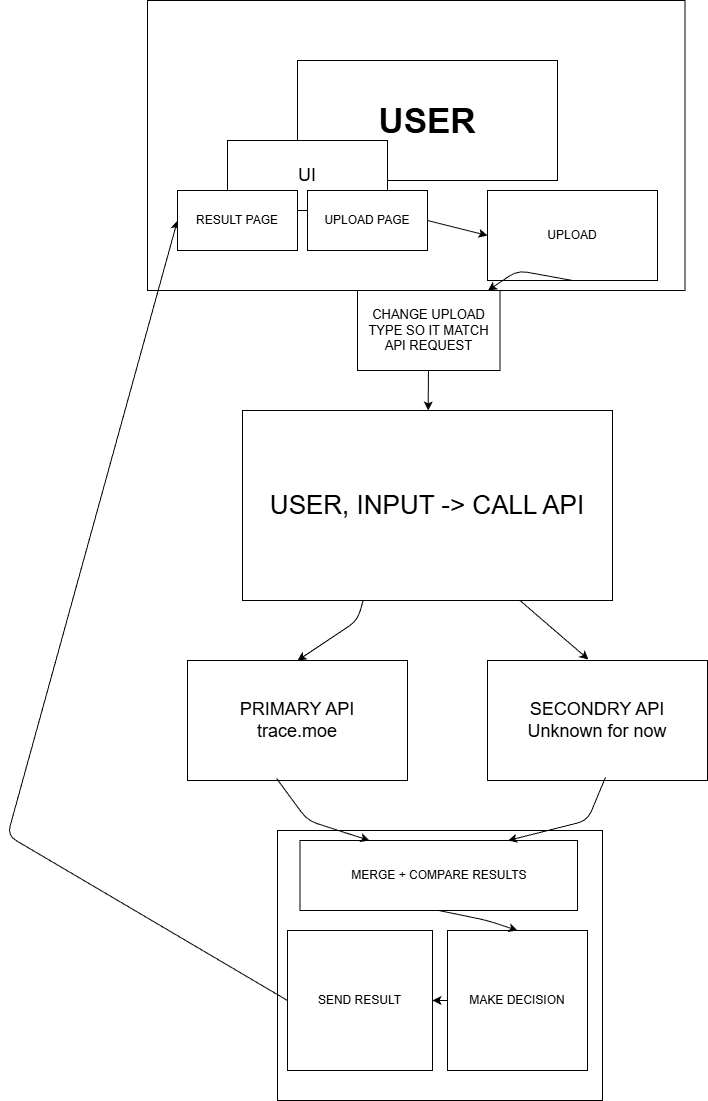
Before: archi.drawio.png, a diagram exported from draw.io (111yoav111/AnimeRS). Source tidied: cells renumbered, new cells last; positions are measured from the earlier drawing's top-left corner, leaving out a move shared by most shapes. Its diagram source:
```xml
<mxGraphModel>
  <root>
    <mxCell id="0" />
    <mxCell id="1" parent="0" />
    <mxCell id="2" value="&lt;b&gt;&lt;font style=&quot;font-size: 35px;&quot;&gt;USER&lt;/font&gt;&lt;/b&gt;" style="rounded=0;whiteSpace=wrap;html=1;" parent="1" vertex="1">
      <mxGeometry x="290" y="60" width="260" height="120" as="geometry" />
    </mxCell>
    <mxCell id="3" style="rounded=0;whiteSpace=wrap;html=1;fillColor=none;" parent="1" vertex="1">
      <mxGeometry x="140" width="537.5" height="290" as="geometry" />
    </mxCell>
    <mxCell id="4" value="&lt;font style=&quot;font-size: 18px;&quot;&gt;UI&lt;/font&gt;" style="rounded=0;whiteSpace=wrap;html=1;" parent="1" vertex="1">
      <mxGeometry x="220" y="140" width="160" height="70" as="geometry" />
    </mxCell>
    <mxCell id="5" value="&lt;font style=&quot;font-size: 26px;&quot;&gt;USER, INPUT -&amp;gt; CALL API&lt;/font&gt;" style="rounded=0;whiteSpace=wrap;html=1;" parent="1" vertex="1">
      <mxGeometry x="235" y="410" width="370" height="190" as="geometry" />
    </mxCell>
    <mxCell id="6" value="MERGE + COMPARE RESULTS" style="rounded=0;whiteSpace=wrap;html=1;" parent="1" vertex="1">
      <mxGeometry x="292.5" y="840" width="277.5" height="70" as="geometry" />
    </mxCell>
    <mxCell id="7" value="UPLOAD" style="rounded=0;whiteSpace=wrap;html=1;" parent="1" vertex="1">
      <mxGeometry x="480" y="190" width="170" height="90" as="geometry" />
    </mxCell>
    <mxCell id="8" style="endArrow=classic;html=1;exitX=0.326;exitY=1;exitDx=0;exitDy=0;exitPerimeter=0;entryX=0.5;entryY=0;entryDx=0;entryDy=0;" parent="1" edge="1" source="5" target="10">
      <mxGeometry relative="1" as="geometry">
        <Array as="points">
          <mxPoint x="350" y="620" />
        </Array>
      </mxGeometry>
    </mxCell>
    <mxCell id="9" style="endArrow=classic;html=1;exitX=0.75;exitY=1;exitDx=0;exitDy=0;entryX=0.459;entryY=-0.008;entryDx=0;entryDy=0;entryPerimeter=0;" parent="1" edge="1" source="5" target="11">
      <mxGeometry relative="1" as="geometry">
        <Array as="points">
          <mxPoint x="524" y="610" />
        </Array>
      </mxGeometry>
    </mxCell>
    <mxCell id="10" value="&lt;font style=&quot;font-size: 18px;&quot;&gt;PRIMARY API&lt;br&gt;trace.moe&lt;/font&gt;" style="rounded=0;whiteSpace=wrap;html=1;" parent="1" vertex="1">
      <mxGeometry x="180" y="660" width="220" height="120" as="geometry" />
    </mxCell>
    <mxCell id="11" value="&lt;font style=&quot;font-size: 18px;&quot;&gt;SECONDRY API&lt;br&gt;Unknown for now&lt;/font&gt;" style="rounded=0;whiteSpace=wrap;html=1;" parent="1" vertex="1">
      <mxGeometry x="480" y="660" width="220" height="120" as="geometry" />
    </mxCell>
    <mxCell id="12" style="endArrow=classic;html=1;entryX=0.25;entryY=0;entryDx=0;entryDy=0;exitX=0.405;exitY=0.983;exitDx=0;exitDy=0;exitPerimeter=0;" parent="1" edge="1" source="10" target="6">
      <mxGeometry relative="1" as="geometry">
        <Array as="points">
          <mxPoint x="300" y="820" />
        </Array>
      </mxGeometry>
    </mxCell>
    <mxCell id="13" style="endArrow=classic;html=1;entryX=0.75;entryY=0;entryDx=0;entryDy=0;exitX=0.536;exitY=0.975;exitDx=0;exitDy=0;exitPerimeter=0;" parent="1" edge="1" source="11" target="6">
      <mxGeometry relative="1" as="geometry">
        <Array as="points">
          <mxPoint x="580" y="820" />
        </Array>
      </mxGeometry>
    </mxCell>
    <mxCell id="14" style="rounded=0;whiteSpace=wrap;html=1;fillColor=none;" parent="1" vertex="1">
      <mxGeometry x="270" y="830" width="325" height="270" as="geometry" />
    </mxCell>
    <mxCell id="15" value="MAKE&amp;nbsp;DECISION" style="rounded=0;whiteSpace=wrap;html=1;" parent="1" vertex="1">
      <mxGeometry x="440" y="930" width="140" height="140" as="geometry" />
    </mxCell>
    <mxCell id="16" style="endArrow=classic;html=1;entryX=0.5;entryY=0;entryDx=0;entryDy=0;exitX=0.5;exitY=1;exitDx=0;exitDy=0;" parent="1" edge="1" source="6" target="15">
      <mxGeometry relative="1" as="geometry">
        <Array as="points">
          <mxPoint x="480" y="920" />
        </Array>
      </mxGeometry>
    </mxCell>
    <mxCell id="17" value="SEND RESULT" style="rounded=0;whiteSpace=wrap;html=1;" parent="1" vertex="1">
      <mxGeometry x="280" y="930" width="145" height="140" as="geometry" />
    </mxCell>
    <mxCell id="18" style="endArrow=classic;html=1;entryX=1;entryY=0.5;entryDx=0;entryDy=0;exitX=0;exitY=0.5;exitDx=0;exitDy=0;" parent="1" edge="1" source="15" target="17">
      <mxGeometry relative="1" as="geometry" />
    </mxCell>
    <mxCell id="19" style="endArrow=classic;html=1;exitX=0.5;exitY=1;exitDx=0;exitDy=0;" parent="1" edge="1" source="7" target="21">
      <mxGeometry relative="1" as="geometry">
        <Array as="points">
          <mxPoint x="510" y="270" />
        </Array>
      </mxGeometry>
    </mxCell>
    <mxCell id="20" style="edgeStyle=none;html=1;" parent="1" edge="1" source="21" target="5">
      <mxGeometry relative="1" as="geometry" />
    </mxCell>
    <mxCell id="21" value="&lt;font style=&quot;font-size: 13px;&quot;&gt;CHANGE UPLOAD TYPE SO IT MATCH API REQUEST&lt;/font&gt;" style="rounded=0;whiteSpace=wrap;html=1;" parent="1" vertex="1">
      <mxGeometry x="350" y="290" width="142.5" height="80" as="geometry" />
    </mxCell>
    <mxCell id="22" style="endArrow=classic;html=1;entryX=0;entryY=0.5;entryDx=0;entryDy=0;exitX=0;exitY=0.5;exitDx=0;exitDy=0;" parent="1" edge="1" source="17" target="24">
      <mxGeometry relative="1" as="geometry">
        <Array as="points">
          <mxPoint y="835" />
        </Array>
      </mxGeometry>
    </mxCell>
    <mxCell id="23" value="UPLOAD PAGE" style="rounded=0;whiteSpace=wrap;html=1;" parent="1" vertex="1">
      <mxGeometry x="300" y="190" width="120" height="60" as="geometry" />
    </mxCell>
    <mxCell id="24" value="RESULT PAGE" style="rounded=0;whiteSpace=wrap;html=1;" parent="1" vertex="1">
      <mxGeometry x="170" y="190" width="120" height="60" as="geometry" />
    </mxCell>
    <mxCell id="25" style="endArrow=classic;html=1;entryX=0;entryY=0.5;entryDx=0;entryDy=0;exitX=1;exitY=0.5;exitDx=0;exitDy=0;" parent="1" edge="1" source="23" target="7">
      <mxGeometry relative="1" as="geometry" />
    </mxCell>
  </root>
</mxGraphModel>
```
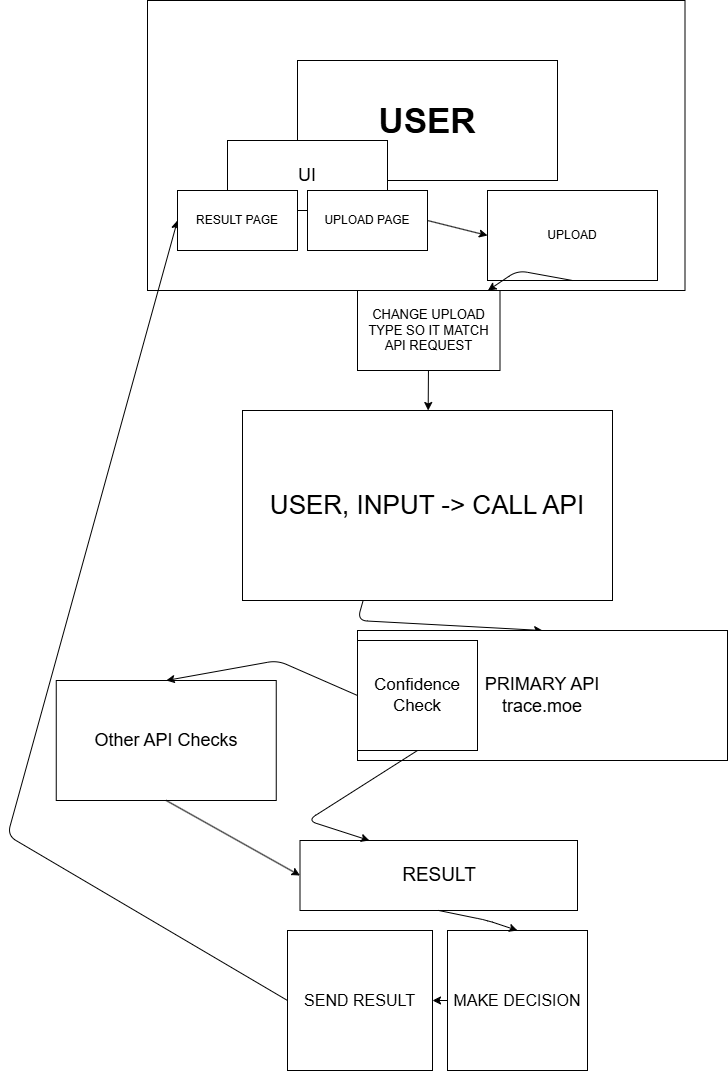
Later version of the same file.

What changed in the source:
```diff
@@ -14,7 +14,7 @@
     <mxCell id="5" value="&lt;font style=&quot;font-size: 26px;&quot;&gt;USER, INPUT -&amp;gt; CALL API&lt;/font&gt;" style="rounded=0;whiteSpace=wrap;html=1;" parent="1" vertex="1">
       <mxGeometry x="235" y="410" width="370" height="190" as="geometry" />
     </mxCell>
-    <mxCell id="6" value="MERGE + COMPARE RESULTS" style="rounded=0;whiteSpace=wrap;html=1;" parent="1" vertex="1">
+    <mxCell id="6" value="&lt;font style=&quot;font-size: 19px;&quot;&gt;RESULT&lt;/font&gt;" style="rounded=0;whiteSpace=wrap;html=1;" parent="1" vertex="1">
       <mxGeometry x="292.5" y="840" width="277.5" height="70" as="geometry" />
     </mxCell>
     <mxCell id="7" value="UPLOAD" style="rounded=0;whiteSpace=wrap;html=1;" parent="1" vertex="1">
@@ -27,37 +27,20 @@
         </Array>
       </mxGeometry>
     </mxCell>
-    <mxCell id="9" style="endArrow=classic;html=1;exitX=0.75;exitY=1;exitDx=0;exitDy=0;entryX=0.459;entryY=-0.008;entryDx=0;entryDy=0;entryPerimeter=0;" parent="1" edge="1" source="5" target="11">
-      <mxGeometry relative="1" as="geometry">
-        <Array as="points">
-          <mxPoint x="524" y="610" />
-        </Array>
-      </mxGeometry>
-    </mxCell>
     <mxCell id="10" value="&lt;font style=&quot;font-size: 18px;&quot;&gt;PRIMARY API&lt;br&gt;trace.moe&lt;/font&gt;" style="rounded=0;whiteSpace=wrap;html=1;" parent="1" vertex="1">
-      <mxGeometry x="180" y="660" width="220" height="120" as="geometry" />
+      <mxGeometry x="350" y="630" width="370" height="130" as="geometry" />
     </mxCell>
-    <mxCell id="11" value="&lt;font style=&quot;font-size: 18px;&quot;&gt;SECONDRY API&lt;br&gt;Unknown for now&lt;/font&gt;" style="rounded=0;whiteSpace=wrap;html=1;" parent="1" vertex="1">
-      <mxGeometry x="480" y="660" width="220" height="120" as="geometry" />
+    <mxCell id="11" value="&lt;span style=&quot;font-size: 18px;&quot;&gt;Other API Checks&lt;/span&gt;" style="rounded=0;whiteSpace=wrap;html=1;" parent="1" vertex="1">
+      <mxGeometry x="48.8" y="680" width="220" height="120" as="geometry" />
     </mxCell>
-    <mxCell id="12" style="endArrow=classic;html=1;entryX=0.25;entryY=0;entryDx=0;entryDy=0;exitX=0.405;exitY=0.983;exitDx=0;exitDy=0;exitPerimeter=0;" parent="1" edge="1" source="10" target="6">
+    <mxCell id="12" style="endArrow=classic;html=1;entryX=0.25;entryY=0;entryDx=0;entryDy=0;exitX=0.5;exitY=1;exitDx=0;exitDy=0;" parent="1" edge="1" source="27" target="6">
       <mxGeometry relative="1" as="geometry">
         <Array as="points">
           <mxPoint x="300" y="820" />
         </Array>
       </mxGeometry>
     </mxCell>
-    <mxCell id="13" style="endArrow=classic;html=1;entryX=0.75;entryY=0;entryDx=0;entryDy=0;exitX=0.536;exitY=0.975;exitDx=0;exitDy=0;exitPerimeter=0;" parent="1" edge="1" source="11" target="6">
-      <mxGeometry relative="1" as="geometry">
-        <Array as="points">
-          <mxPoint x="580" y="820" />
-        </Array>
-      </mxGeometry>
-    </mxCell>
-    <mxCell id="14" style="rounded=0;whiteSpace=wrap;html=1;fillColor=none;" parent="1" vertex="1">
-      <mxGeometry x="270" y="830" width="325" height="270" as="geometry" />
-    </mxCell>
-    <mxCell id="15" value="MAKE&amp;nbsp;DECISION" style="rounded=0;whiteSpace=wrap;html=1;" parent="1" vertex="1">
+    <mxCell id="15" value="&lt;font style=&quot;font-size: 16px;&quot;&gt;MAKE&amp;nbsp;DECISION&lt;/font&gt;" style="rounded=0;whiteSpace=wrap;html=1;" parent="1" vertex="1">
       <mxGeometry x="440" y="930" width="140" height="140" as="geometry" />
     </mxCell>
     <mxCell id="16" style="endArrow=classic;html=1;entryX=0.5;entryY=0;entryDx=0;entryDy=0;exitX=0.5;exitY=1;exitDx=0;exitDy=0;" parent="1" edge="1" source="6" target="15">
@@ -67,7 +50,7 @@
         </Array>
       </mxGeometry>
     </mxCell>
-    <mxCell id="17" value="SEND RESULT" style="rounded=0;whiteSpace=wrap;html=1;" parent="1" vertex="1">
+    <mxCell id="17" value="&lt;font style=&quot;font-size: 16px;&quot;&gt;SEND RESULT&lt;/font&gt;" style="rounded=0;whiteSpace=wrap;html=1;" parent="1" vertex="1">
       <mxGeometry x="280" y="930" width="145" height="140" as="geometry" />
     </mxCell>
     <mxCell id="18" style="endArrow=classic;html=1;entryX=1;entryY=0.5;entryDx=0;entryDy=0;exitX=0;exitY=0.5;exitDx=0;exitDy=0;" parent="1" edge="1" source="15" target="17">
@@ -102,5 +85,18 @@
     <mxCell id="25" style="endArrow=classic;html=1;entryX=0;entryY=0.5;entryDx=0;entryDy=0;exitX=1;exitY=0.5;exitDx=0;exitDy=0;" parent="1" edge="1" source="23" target="7">
       <mxGeometry relative="1" as="geometry" />
     </mxCell>
+    <mxCell id="26" style="endArrow=classic;html=1;entryX=0.5;entryY=0;entryDx=0;entryDy=0;exitX=0;exitY=0.5;exitDx=0;exitDy=0;" parent="1" edge="1" source="27" target="11">
+      <mxGeometry relative="1" as="geometry">
+        <Array as="points">
+          <mxPoint x="270" y="660" />
+        </Array>
+      </mxGeometry>
+    </mxCell>
+    <mxCell id="27" value="&lt;font style=&quot;font-size: 17px;&quot;&gt;Confidence&lt;br&gt;Check&lt;/font&gt;" style="rounded=0;whiteSpace=wrap;html=1;" parent="1" vertex="1">
+      <mxGeometry x="350" y="640" width="120" height="110" as="geometry" />
+    </mxCell>
+    <mxCell id="13" style="endArrow=classic;html=1;exitX=0.5;exitY=1;exitDx=0;exitDy=0;entryX=0;entryY=0.5;entryDx=0;entryDy=0;" parent="1" edge="1" source="11" target="6">
+      <mxGeometry relative="1" as="geometry" />
+    </mxCell>
   </root>
 </mxGraphModel>
```
